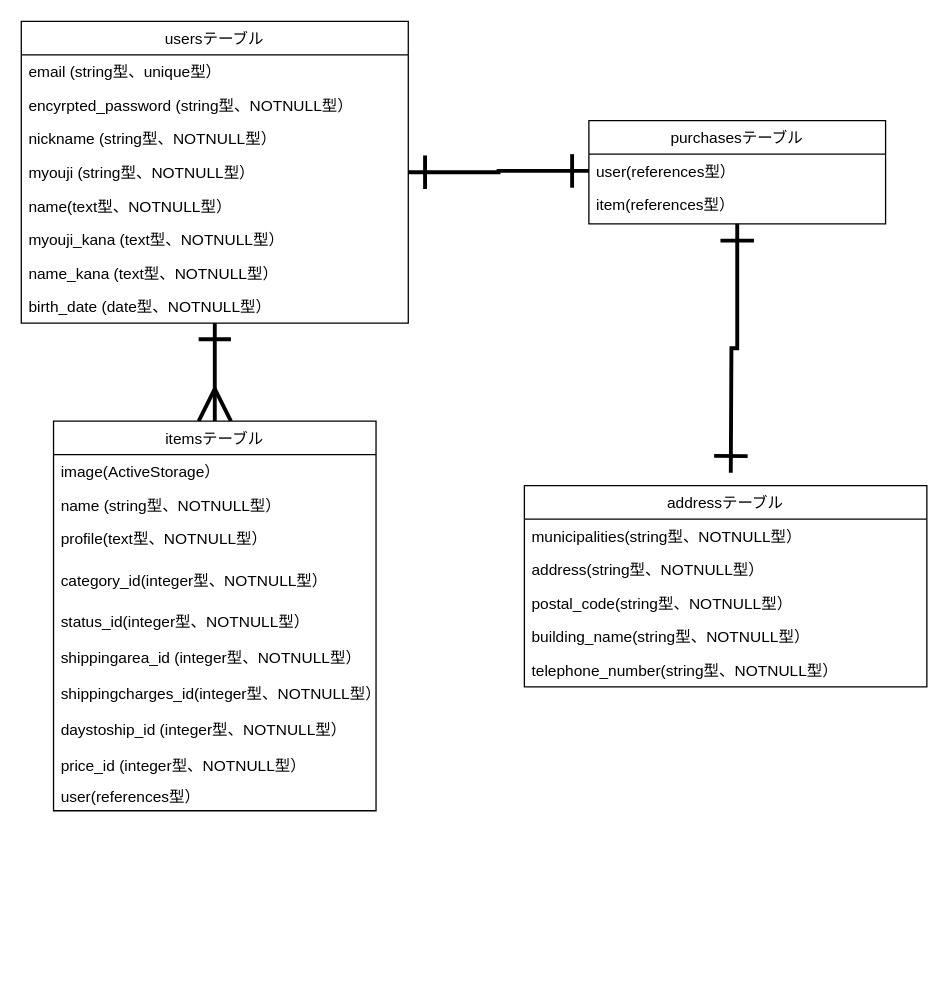
Above: er図.dio in inoue1231/furima-36584 (draw.io), before the change. Source tidied: cells renumbered, new cells numbered last; positions are measured from the earlier drawing's top-left corner, leaving out a move shared by most shapes. Both pictures are drawn from the tidied source at 129%, with x=0, y=0 at pixel (21, 21).
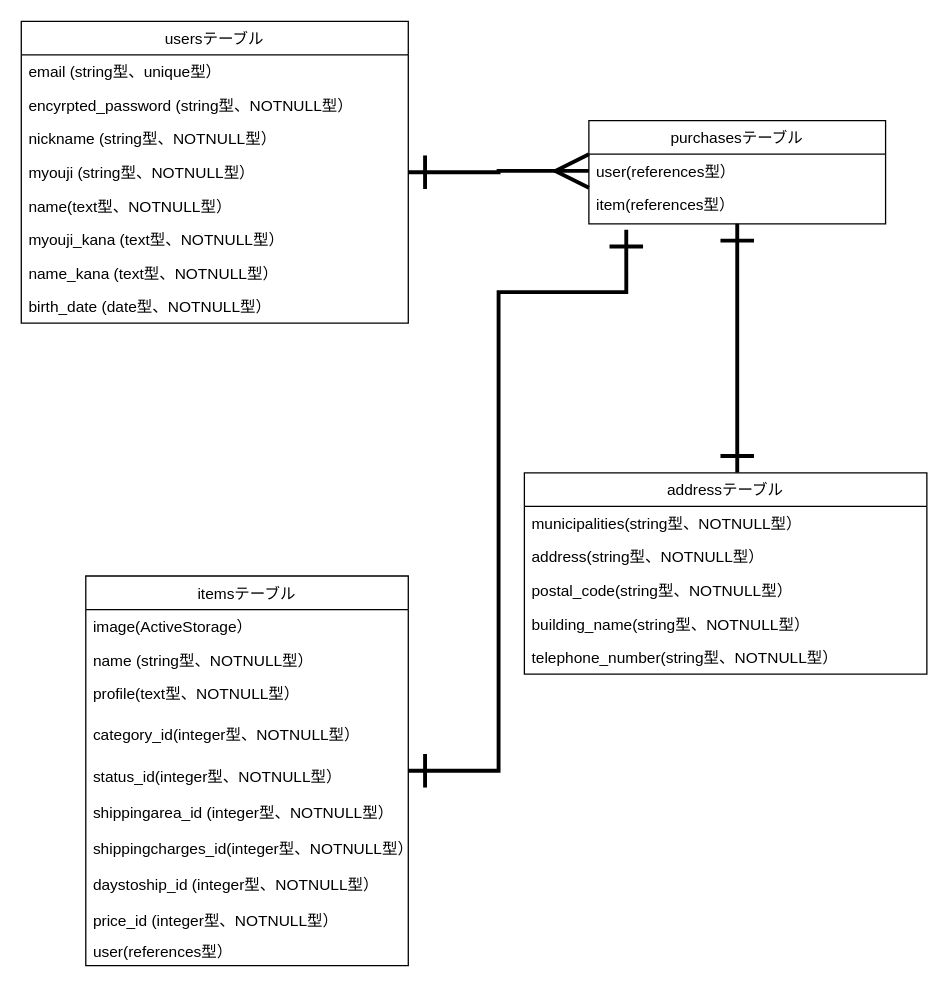
The same page after the edit.

The change refers to these unchanged cells:
```xml
<mxCell id="6" value="myouji (string型、NOTNULL型）" style="text;strokeColor=none;fillColor=none;align=left;verticalAlign=top;spacingLeft=4;spacingRight=4;overflow=hidden;points=[[0,0.5],[1,0.5]];portConstraint=eastwest;" parent="2" vertex="1">
  <mxGeometry y="104" width="300" height="26" as="geometry" />
</mxCell>
<mxCell id="10" value="birth_date (date型、NOTNULL型）" style="text;strokeColor=none;fillColor=none;align=left;verticalAlign=top;spacingLeft=4;spacingRight=4;overflow=hidden;points=[[0,0.5],[1,0.5]];portConstraint=eastwest;" parent="2" vertex="1">
  <mxGeometry y="208" width="300" height="26" as="geometry" />
</mxCell>
<mxCell id="25" value="purchasesテーブル" style="swimlane;fontStyle=0;horizontal=1;startSize=26;" parent="1" vertex="1">
  <mxGeometry x="440" y="77" width="230" height="80" as="geometry" />
</mxCell>
<mxCell id="26" value="user(references型）" style="text;strokeColor=none;fillColor=none;align=left;verticalAlign=top;spacingLeft=4;spacingRight=4;overflow=hidden;points=[[0,0.5],[1,0.5]];portConstraint=eastwest;" parent="25" vertex="1">
  <mxGeometry y="26" width="230" height="26" as="geometry" />
</mxCell>
<mxCell id="27" value="item(references型）" style="text;strokeColor=none;fillColor=none;align=left;verticalAlign=top;spacingLeft=4;spacingRight=4;overflow=hidden;points=[[0,0.5],[1,0.5]];portConstraint=eastwest;" parent="25" vertex="1">
  <mxGeometry y="52" width="230" height="28" as="geometry" />
</mxCell>
```

What changed in the source:
```diff
@@
-    <mxCell id="11" style="edgeStyle=orthogonalEdgeStyle;rounded=0;jettySize=auto;html=1;entryX=0.5;entryY=1;entryDx=0;entryDy=0;entryPerimeter=0;startArrow=ERmany;startFill=0;endArrow=ERone;endFill=0;startSize=21;endSize=21;strokeWidth=3;" parent="1" edge="1" source="12" target="10">
-      <mxGeometry relative="1" as="geometry" />
-    </mxCell>
+    <mxCell id="35" style="edgeStyle=orthogonalEdgeStyle;rounded=0;jettySize=auto;html=1;entryX=0.126;entryY=1.163;entryDx=0;entryDy=0;entryPerimeter=0;startArrow=ERone;startFill=0;endArrow=ERone;endFill=0;startSize=22;endSize=22;strokeWidth=3;" parent="1" edge="1" source="12" target="27">
+      <mxGeometry relative="1" as="geometry">
+        <Array as="points">
+          <mxPoint x="370" y="581" />
+          <mxPoint x="370" y="210" />
+          <mxPoint x="469" y="210" />
+        </Array>
+      </mxGeometry>
+    </mxCell>
     <mxCell id="12" value="itemsテーブル" style="swimlane;fontStyle=0;horizontal=1;startSize=26;" parent="1" vertex="1">
-      <mxGeometry x="25" y="310" width="250" height="302" as="geometry" />
+      <mxGeometry x="50" y="430" width="250" height="302" as="geometry" />
     </mxCell>
@@
-    <mxCell id="24" style="edgeStyle=orthogonalEdgeStyle;rounded=0;jettySize=auto;html=1;startArrow=ERone;startFill=0;endArrow=ERone;endFill=0;startSize=22;endSize=22;strokeWidth=3;" parent="1" edge="1" source="25">
-      <mxGeometry relative="1" as="geometry">
-        <mxPoint x="550" y="350" as="targetPoint" />
-      </mxGeometry>
-    </mxCell>
+    <mxCell id="36" style="edgeStyle=orthogonalEdgeStyle;rounded=0;jettySize=auto;html=1;startArrow=ERone;startFill=0;endArrow=ERone;endFill=0;startSize=22;endSize=22;strokeWidth=3;" parent="1" edge="1" source="25">
+      <mxGeometry relative="1" as="geometry">
+        <mxPoint x="555" y="350" as="targetPoint" />
+      </mxGeometry>
+    </mxCell>
@@
     <mxCell id="28" value="addressテーブル" style="swimlane;fontStyle=0;horizontal=1;startSize=26;" parent="1" vertex="1">
-      <mxGeometry x="390" y="360" width="312" height="156" as="geometry" />
+      <mxGeometry x="390" y="350" width="312" height="156" as="geometry" />
     </mxCell>
@@
-    <mxCell id="34" style="edgeStyle=orthogonalEdgeStyle;rounded=0;jettySize=auto;html=1;exitX=1;exitY=0.5;exitDx=0;exitDy=0;entryX=0;entryY=0.5;entryDx=0;entryDy=0;startArrow=ERone;startFill=0;endArrow=ERone;endFill=0;startSize=22;endSize=22;strokeWidth=3;" parent="1" edge="1" source="6" target="26">
+    <mxCell id="34" style="edgeStyle=orthogonalEdgeStyle;rounded=0;jettySize=auto;html=1;exitX=1;exitY=0.5;exitDx=0;exitDy=0;entryX=0;entryY=0.5;entryDx=0;entryDy=0;startArrow=ERone;startFill=0;endArrow=ERmany;endFill=0;startSize=22;endSize=22;strokeWidth=3;" parent="1" edge="1" source="6" target="26">
       <mxGeometry relative="1" as="geometry" />
     </mxCell>
```
